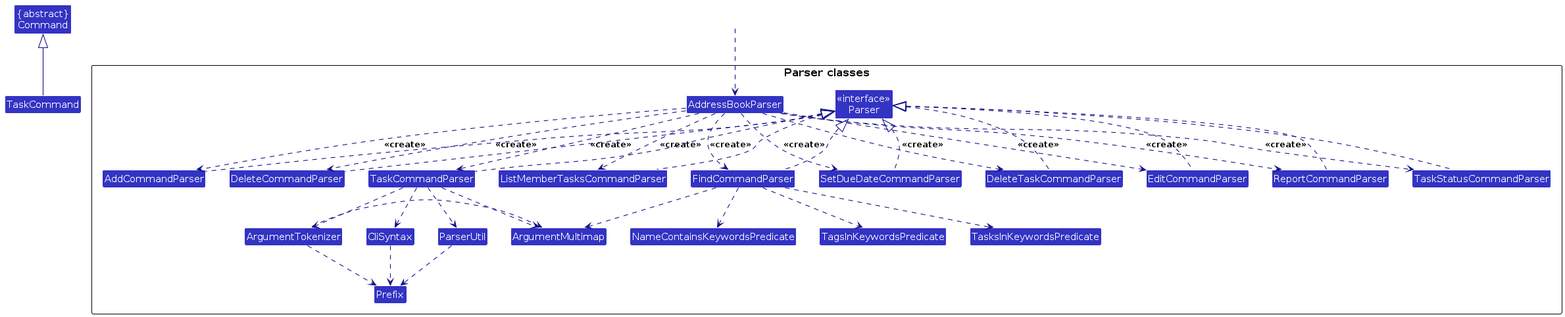
Earlier version of the PlantUML export diagrams/ParserClasses.png (Jeremiah33-3/tp). Its source is kept beside it as diagrams/ParserClasses.puml. The source it was exported from:
```plantuml
@startuml
!include style.puml
skinparam arrowThickness 1.1
skinparam arrowColor LOGIC_COLOR_T4
skinparam classBackgroundColor LOGIC_COLOR

Class "{abstract}\nCommand" as Command
Class TaskCommand
TaskCommand -up-|> Command

package "Parser classes" {

  Class "<<interface>>\nParser" as Parser
  Class AddressBookParser
  Class AddCommandParser
  Class DeleteCommandParser
  Class DeleteTaskCommandParser
  Class EditCommandParser
  Class FindCommandParser
  Class ListMemberTasksCommandParser
  Class ReportCommandParser
  Class SetDueDateCommandParser
  Class TaskCommandParser
  Class TaskStatusCommandParser

  Class CliSyntax
  Class ParserUtil
  Class ArgumentMultimap
  Class ArgumentTokenizer
  Class Prefix

  Class NameContainsKeywordsPredicate
  Class TagsInKeywordsPredicate
  Class TasksInKeywordsPredicate
}

AddCommandParser .up.|> Parser
DeleteCommandParser .up.|> Parser
DeleteTaskCommandParser .up.|> Parser
EditCommandParser .up.|> Parser
FindCommandParser .up.|> Parser
ListMemberTasksCommandParser .up.|> Parser
ReportCommandParser .up.|> Parser
SetDueDateCommandParser .up.|> Parser
TaskCommandParser .up.|> Parser
TaskStatusCommandParser .up.|> Parser

AddressBookParser .down.> AddCommandParser : <<create>>
AddressBookParser .down.> DeleteCommandParser : <<create>>
AddressBookParser .down.> DeleteTaskCommandParser : <<create>>
AddressBookParser .down.> EditCommandParser : <<create>>
AddressBookParser .down.> FindCommandParser : <<create>>
AddressBookParser .down.> ListMemberTasksCommandParser : <<create>>
AddressBookParser .down.> ReportCommandParser : <<create>>
AddressBookParser .down.> SetDueDateCommandParser : <<create>>
AddressBookParser .down.> TaskCommandParser : <<create>>
AddressBookParser .down.> TaskStatusCommandParser : <<create>>

FindCommandParser ..> NameContainsKeywordsPredicate
FindCommandParser ..> TagsInKeywordsPredicate
FindCommandParser ..> TasksInKeywordsPredicate
FindCommandParser ..> ArgumentMultimap

TaskCommandParser ..> ParserUtil
TaskCommandParser ..> ArgumentMultimap
TaskCommandParser ..> ArgumentTokenizer
TaskCommandParser ..> CliSyntax

ParserUtil .down.> Prefix
ArgumentTokenizer .down.> Prefix
ArgumentTokenizer .left.> ArgumentMultimap
CliSyntax ..> Prefix

Class HiddenOutside #FFFFFF
HiddenOutside ..> AddressBookParser

@enduml
```
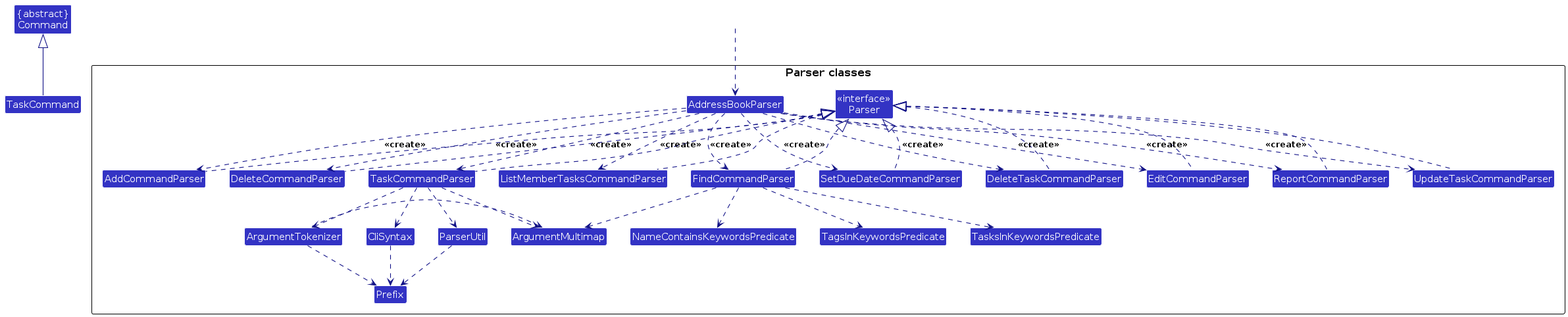
Above is the later version.

Change to the diagram source:
```diff
@@ -21,7 +21,7 @@
   Class ReportCommandParser
   Class SetDueDateCommandParser
   Class TaskCommandParser
-  Class TaskStatusCommandParser
+  Class UpdateTaskCommandParser
 
   Class CliSyntax
   Class ParserUtil
@@ -43,7 +43,7 @@
 ReportCommandParser .up.|> Parser
 SetDueDateCommandParser .up.|> Parser
 TaskCommandParser .up.|> Parser
-TaskStatusCommandParser .up.|> Parser
+UpdateTaskCommandParser .up.|> Parser
 
 AddressBookParser .down.> AddCommandParser : <<create>>
 AddressBookParser .down.> DeleteCommandParser : <<create>>
@@ -54,7 +54,7 @@
 AddressBookParser .down.> ReportCommandParser : <<create>>
 AddressBookParser .down.> SetDueDateCommandParser : <<create>>
 AddressBookParser .down.> TaskCommandParser : <<create>>
-AddressBookParser .down.> TaskStatusCommandParser : <<create>>
+AddressBookParser .down.> UpdateTaskCommandParser : <<create>>
 
 FindCommandParser ..> NameContainsKeywordsPredicate
 FindCommandParser ..> TagsInKeywordsPredicate
```
